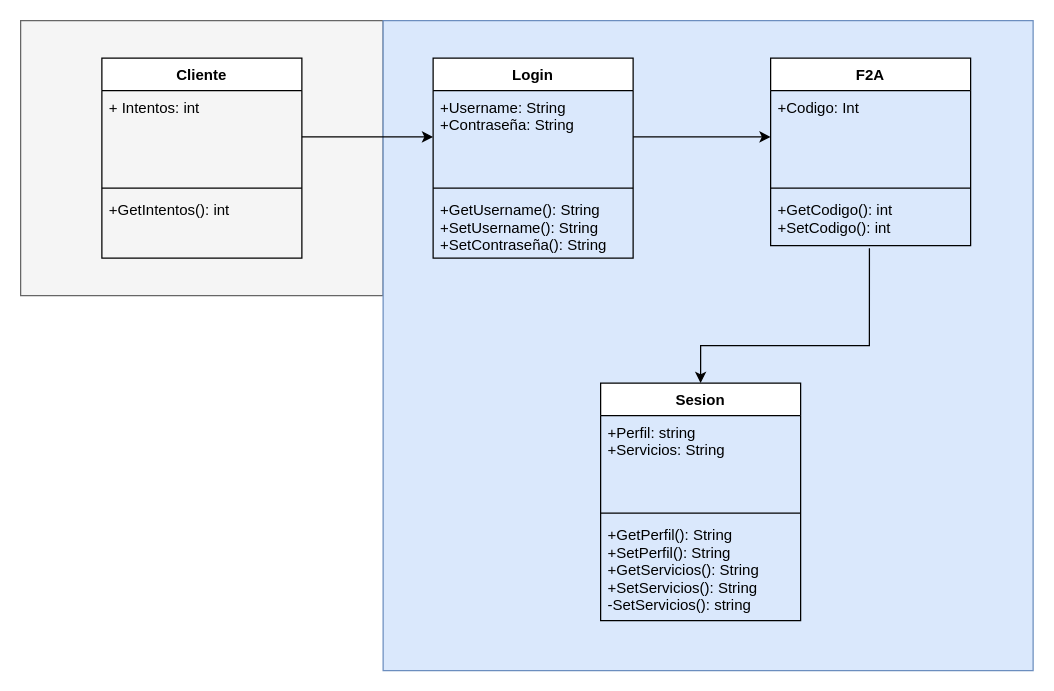
Earlier version of the draw.io diagram doc/DiagramaClaseF2A.drawio (agusbonii/IngenieriaTeorico1). Source tidied: cells renumbered, new cells numbered last; positions are measured from the earlier drawing's top-left corner, leaving out a move shared by most shapes. Both pictures are drawn from the tidied source at 125%, with x=0, y=0 at pixel (20, 20).
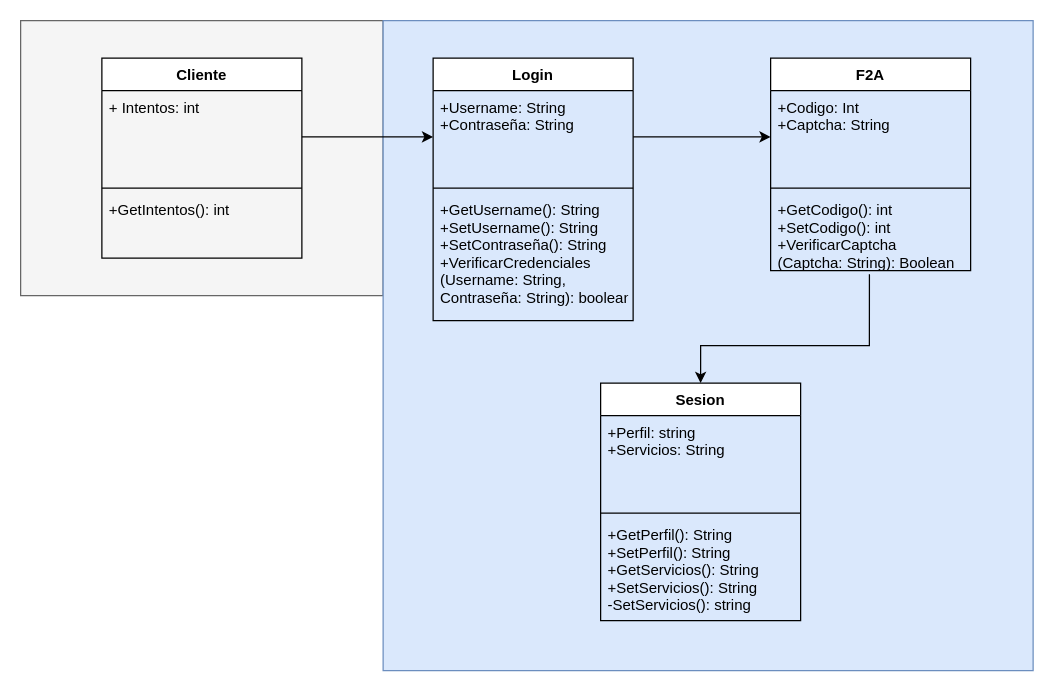
Above is the later version.

Commit message (it also covers changes not shown here):
Version final Diagrama de Clases + Imagen

What changed in the source:
```diff
@@
     <mxCell id="8" value="Login" style="swimlane;fontStyle=1;align=center;verticalAlign=top;horizontal=1;startSize=26;" parent="1" vertex="1">
-      <mxGeometry x="330" y="30" width="160" height="160" as="geometry" />
+      <mxGeometry x="330" y="30" width="160" height="210" as="geometry" />
     </mxCell>
@@
-    <mxCell id="11" value="+GetUsername(): String&#10;+SetUsername(): String&#10;+SetContraseña(): String" style="text;strokeColor=none;fillColor=none;align=left;verticalAlign=top;spacingLeft=4;spacingRight=4;overflow=hidden;" parent="8" vertex="1">
-      <mxGeometry y="108" width="160" height="52" as="geometry" />
+    <mxCell id="11" value="+GetUsername(): String&#10;+SetUsername(): String&#10;+SetContraseña(): String&#10;+VerificarCredenciales&#10;(Username: String, &#10;Contraseña: String): boolean&#10;" style="text;strokeColor=none;fillColor=none;align=left;verticalAlign=top;spacingLeft=4;spacingRight=4;overflow=hidden;" parent="8" vertex="1">
+      <mxGeometry y="108" width="160" height="102" as="geometry" />
     </mxCell>
     <mxCell id="12" value="F2A" style="swimlane;fontStyle=1;align=center;verticalAlign=top;horizontal=1;startSize=26;" parent="1" vertex="1">
-      <mxGeometry x="600" y="30" width="160" height="150" as="geometry" />
+      <mxGeometry x="600" y="30" width="160" height="170" as="geometry" />
     </mxCell>
-    <mxCell id="13" value="+Codigo: Int" style="text;strokeColor=none;fillColor=none;align=left;verticalAlign=top;spacingLeft=4;spacingRight=4;overflow=hidden;points=[[0,0.5],[1,0.5]];portConstraint=eastwest;" parent="12" vertex="1">
+    <mxCell id="13" value="+Codigo: Int&#10;+Captcha: String" style="text;strokeColor=none;fillColor=none;align=left;verticalAlign=top;spacingLeft=4;spacingRight=4;overflow=hidden;points=[[0,0.5],[1,0.5]];portConstraint=eastwest;" parent="12" vertex="1">
       <mxGeometry y="26" width="160" height="74" as="geometry" />
     </mxCell>
@@
-    <mxCell id="15" value="+GetCodigo(): int&#10;+SetCodigo(): int" style="text;strokeColor=none;fillColor=none;align=left;verticalAlign=top;spacingLeft=4;spacingRight=4;overflow=hidden;points=[[0,0.5],[1,0.5]];portConstraint=eastwest;" parent="12" vertex="1">
-      <mxGeometry y="108" width="160" height="42" as="geometry" />
+    <mxCell id="15" value="+GetCodigo(): int&#10;+SetCodigo(): int&#10;+VerificarCaptcha&#10;(Captcha: String): Boolean" style="text;strokeColor=none;fillColor=none;align=left;verticalAlign=top;spacingLeft=4;spacingRight=4;overflow=hidden;points=[[0,0.5],[1,0.5]];portConstraint=eastwest;" parent="12" vertex="1">
+      <mxGeometry y="108" width="160" height="62" as="geometry" />
     </mxCell>
```
